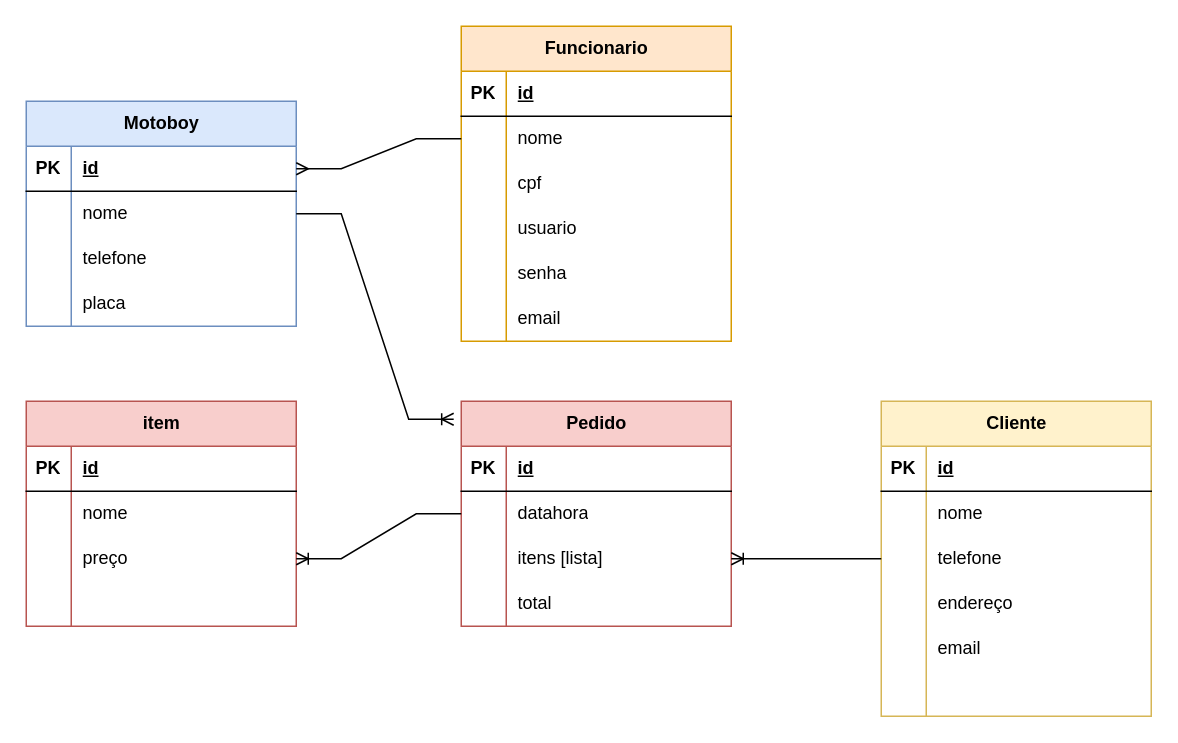
The draw.io diagram DiagramaER.drawio in VLGallo/projeto-integrador-1-back-end, before the edit. Source tidied: cells renumbered, new cells numbered last; positions are measured from the earlier drawing's top-left corner, leaving out a move shared by most shapes. Both pictures are drawn from the tidied source at 150%, with x=0, y=0 at pixel (26, 26).
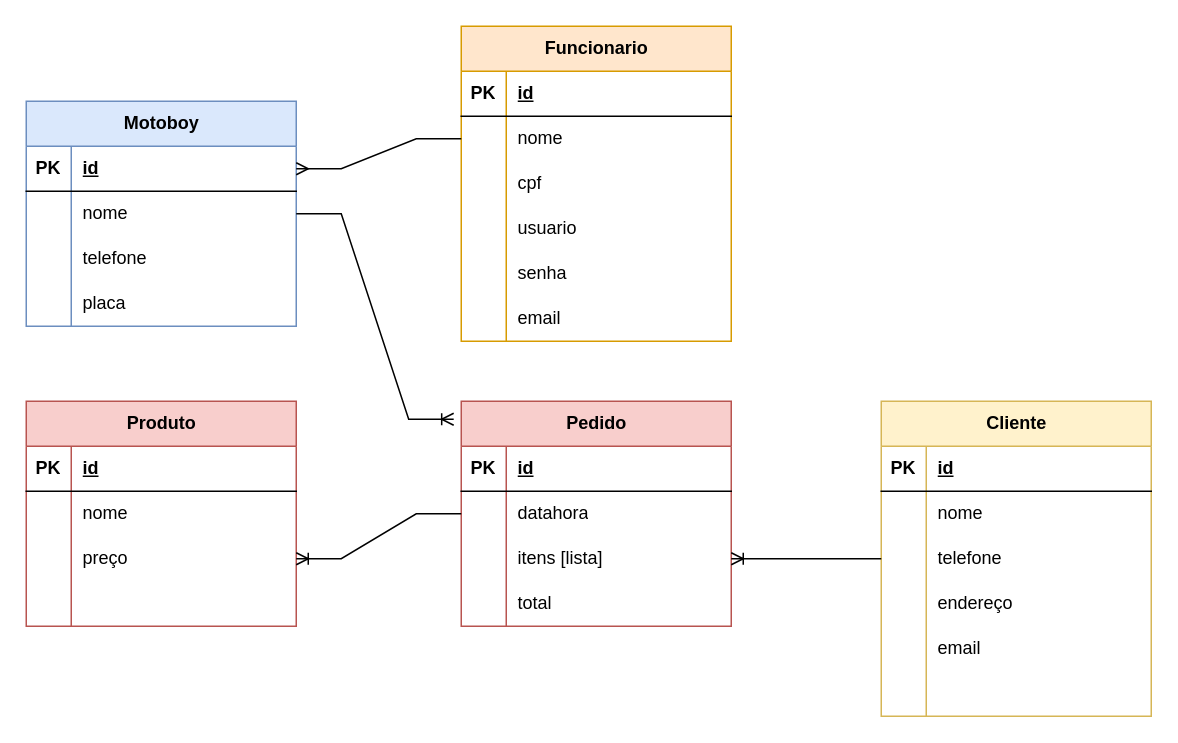
Above is the later version.

Change to the diagram source:
```diff
@@
-    <mxCell id="66" value="item" style="shape=table;startSize=30;childLayout=tableLayout;rowLines=0;fontStyle=1;align=center;html=1;fillColor=#f8cecc;strokeColor=#b85450;" parent="1" vertex="1">
+    <mxCell id="66" value="Produto" style="shape=table;startSize=30;childLayout=tableLayout;rowLines=0;fontStyle=1;align=center;html=1;fillColor=#f8cecc;strokeColor=#b85450;" parent="1" vertex="1">
       <mxGeometry y="250" width="180" height="150" as="geometry" />
     </mxCell>
```
